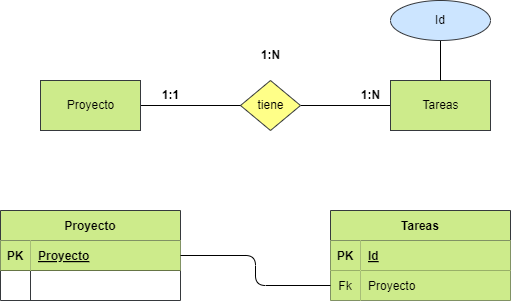
This is Ejercicio2/ejercicio4.drawio.png from SaulHdez93/BAE, a draw.io export, as it was before one commit. Source tidied: cells renumbered, new cells last; positions are measured from the earlier drawing's top-left corner, leaving out a move shared by most shapes.
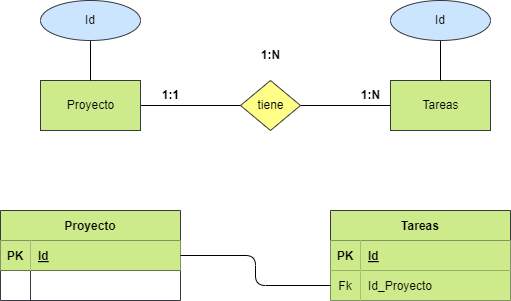
After the commit.

Commit message:
Revisando el ejercicio

Diff of the diagram source:
```diff
@@ -29,7 +29,7 @@
     <mxCell id="10" value="PK" style="shape=partialRectangle;fillColor=#cdeb8b;top=0;left=0;bottom=0;right=0;fontStyle=1;overflow=hidden;strokeColor=#36393d;fontColor=#000000;" parent="9" vertex="1">
       <mxGeometry width="30" height="30" as="geometry" />
     </mxCell>
-    <mxCell id="11" value="Proyecto" style="shape=partialRectangle;fillColor=#cdeb8b;top=0;left=0;bottom=0;right=0;align=left;spacingLeft=6;fontStyle=5;overflow=hidden;strokeColor=#36393d;fontColor=#000000;" parent="9" vertex="1">
+    <mxCell id="11" value="Id" style="shape=partialRectangle;fillColor=#cdeb8b;top=0;left=0;bottom=0;right=0;align=left;spacingLeft=6;fontStyle=5;overflow=hidden;strokeColor=#36393d;fontColor=#000000;" parent="9" vertex="1">
       <mxGeometry x="30" width="150" height="30" as="geometry" />
     </mxCell>
     <mxCell id="12" style="shape=tableRow;horizontal=0;startSize=0;swimlaneHead=0;swimlaneBody=0;fillColor=none;top=0;left=0;right=0;bottom=0;fontColor=#000000;" parent="8" vertex="1">
@@ -59,7 +59,7 @@
     <mxCell id="20" value="Fk" style="shape=partialRectangle;fillColor=#cdeb8b;top=0;left=0;bottom=0;right=0;overflow=hidden;strokeColor=#36393d;fontColor=#000000;" parent="19" vertex="1">
       <mxGeometry width="30" height="30" as="geometry" />
     </mxCell>
-    <mxCell id="21" value="Proyecto" style="shape=partialRectangle;fillColor=#cdeb8b;top=0;left=0;bottom=0;right=0;align=left;spacingLeft=6;overflow=hidden;strokeColor=#36393d;fontColor=#000000;" parent="19" vertex="1">
+    <mxCell id="21" value="Id_Proyecto" style="shape=partialRectangle;fillColor=#cdeb8b;top=0;left=0;bottom=0;right=0;align=left;spacingLeft=6;overflow=hidden;strokeColor=#36393d;fontColor=#000000;" parent="19" vertex="1">
       <mxGeometry x="30" width="150" height="30" as="geometry" />
     </mxCell>
     <mxCell id="22" style="edgeStyle=orthogonalEdgeStyle;html=1;exitX=1;exitY=0.5;exitDx=0;exitDy=0;entryX=0;entryY=0.5;entryDx=0;entryDy=0;fontColor=#000000;endArrow=none;endFill=0;" parent="1" edge="1" source="9" target="19">
@@ -80,5 +80,11 @@
     <mxCell id="27" value="Id" style="ellipse;whiteSpace=wrap;html=1;align=center;fillColor=#cce5ff;strokeColor=#36393d;fontColor=#000000;" parent="1" vertex="1">
       <mxGeometry x="390" width="100" height="40" as="geometry" />
     </mxCell>
+    <mxCell id="28" style="edgeStyle=none;html=1;endArrow=none;endFill=0;" parent="1" edge="1" source="29" target="6">
+      <mxGeometry relative="1" as="geometry" />
+    </mxCell>
+    <mxCell id="29" value="Id" style="ellipse;whiteSpace=wrap;html=1;align=center;fillColor=#cce5ff;strokeColor=#36393d;fontColor=#000000;" parent="1" vertex="1">
+      <mxGeometry x="40" width="100" height="40" as="geometry" />
+    </mxCell>
   </root>
 </mxGraphModel>
```
